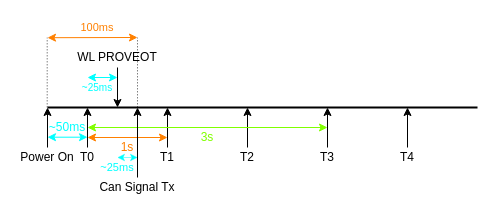
Earlier version of the draw.io diagram Untitled Diagram.drawio (woshitanwang/pics_procdure). Source tidied: cells renumbered, new cells numbered last; positions are measured from the earlier drawing's top-left corner, leaving out a move shared by most shapes. Both pictures are drawn from the tidied source at 100%, with x=0, y=0 at pixel (17, 17).
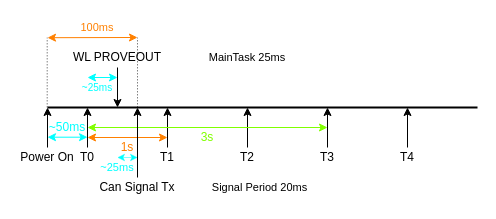
Above is the later version.

Diff of the diagram source:
```diff
@@
-    <mxCell id="20" value="WL PROVEOT" style="text;html=1;strokeColor=none;fillColor=none;align=center;verticalAlign=middle;whiteSpace=wrap;rounded=0;" parent="1" vertex="1">
+    <mxCell id="20" value="WL PROVEOUT" style="text;html=1;strokeColor=none;fillColor=none;align=center;verticalAlign=middle;whiteSpace=wrap;rounded=0;" parent="1" vertex="1">
       <mxGeometry x="50" y="30" width="100" height="20" as="geometry" />
     </mxCell>
@@
+    <mxCell id="33" value="MainTask 25ms" style="text;html=1;strokeColor=none;fillColor=none;align=center;verticalAlign=middle;whiteSpace=wrap;rounded=0;fontSize=11;" parent="1" vertex="1">
+      <mxGeometry x="185" y="25" width="90" height="30" as="geometry" />
+    </mxCell>
+    <mxCell id="34" value="Signal Period 20ms" style="text;html=1;strokeColor=none;fillColor=none;align=center;verticalAlign=middle;whiteSpace=wrap;rounded=0;fontSize=11;" parent="1" vertex="1">
+      <mxGeometry x="185" y="155" width="115" height="30" as="geometry" />
+    </mxCell>
```
